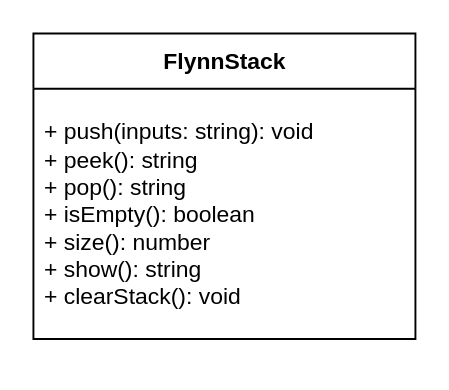
Above: Unit2-04/classDiagram.drawio in Flynn-Rundquist/ICS4U-Unit2-Flynn-Rundquist (draw.io), before the change. Source tidied: cells renumbered, new cells numbered last; positions are measured from the earlier drawing's top-left corner, leaving out a move shared by most shapes. Both pictures are drawn from the tidied source at 191%, with x=0, y=0 at pixel (32, 32).
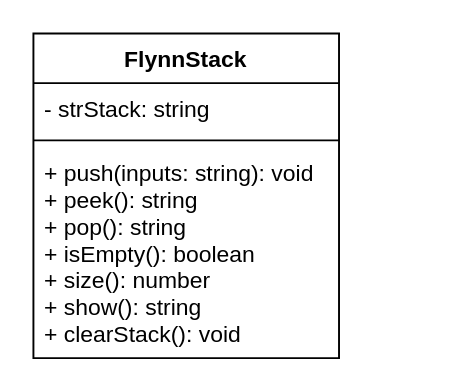
The same diagram, later.

Change to the diagram source:
```diff
@@
 <mxGraphModel>
   <root>
     <mxCell id="0" />
     <mxCell id="1" parent="0" />
-    <mxCell id="2" value="FlynnStack" style="swimlane;fontStyle=1;align=center;verticalAlign=middle;horizontal=1;startSize=29;html=1;" parent="1" vertex="1">
-      <mxGeometry width="200" height="160" as="geometry" />
+    <mxCell id="2" value="FlynnStack" style="swimlane;fontStyle=1;align=center;verticalAlign=top;horizontal=1;startSize=26;" parent="1" vertex="1">
+      <mxGeometry width="160" height="170" as="geometry" />
     </mxCell>
+    <mxCell id="4" value="- strStack: string" style="text;strokeColor=none;fillColor=none;align=left;verticalAlign=top;spacingLeft=4;spacingRight=4;overflow=hidden;" parent="2" vertex="1">
+      <mxGeometry y="26" width="160" height="26" as="geometry" />
+    </mxCell>
+    <mxCell id="5" style="line;strokeWidth=1;fillColor=none;align=left;verticalAlign=middle;spacingTop=-1;spacingLeft=3;spacingRight=3;labelPosition=right;strokeColor=inherit;" parent="2" vertex="1">
+      <mxGeometry y="52" width="160" height="8" as="geometry" />
+    </mxCell>
-    <mxCell id="3" value="+ push(inputs: string): void&lt;br&gt;+ peek(): string&lt;br&gt;+ pop(): string&lt;br&gt;+ isEmpty(): boolean&lt;br&gt;+ size(): number&lt;br&gt;+ show(): string&lt;br&gt;+ clearStack(): void" style="text;html=1;strokeColor=none;fillColor=none;align=left;verticalAlign=middle;spacingLeft=4;spacingRight=4;overflow=hidden;" parent="2" vertex="1">
-      <mxGeometry y="29" width="200" height="131" as="geometry" />
+    <mxCell id="3" value="+ push(inputs: string): void&#10;+ peek(): string&#10;+ pop(): string&#10;+ isEmpty(): boolean&#10;+ size(): number&#10;+ show(): string&#10;+ clearStack(): void" style="text;strokeColor=none;fillColor=none;align=left;verticalAlign=top;spacingLeft=4;spacingRight=4;overflow=hidden;" parent="2" vertex="1">
+      <mxGeometry y="60" width="160" height="110" as="geometry" />
     </mxCell>
   </root>
 </mxGraphModel>
```
